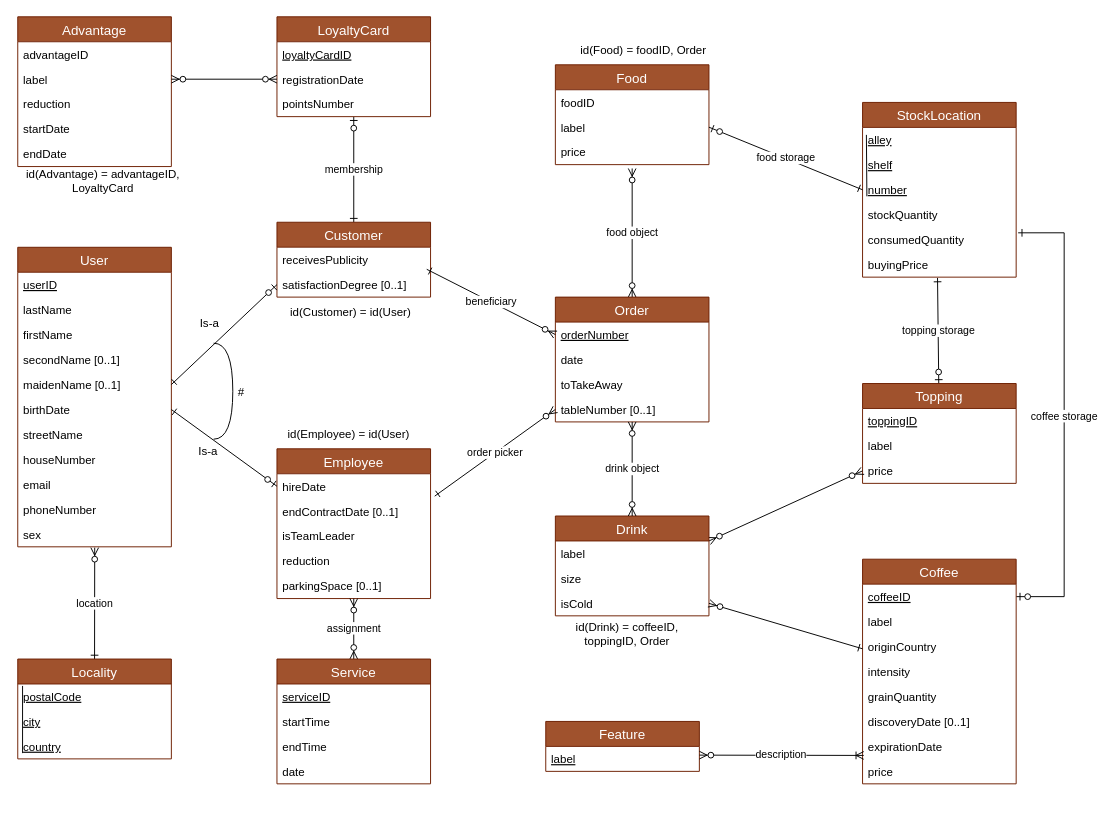
The draw.io diagram SchemaEA.drawio in DrakeXorn/CoffIG, before the edit. Source tidied: cells renumbered, new cells numbered last; positions are measured from the earlier drawing's top-left corner, leaving out a move shared by most shapes. Both pictures are drawn from the tidied source at 96%, with x=0, y=0 at pixel (16, 16).
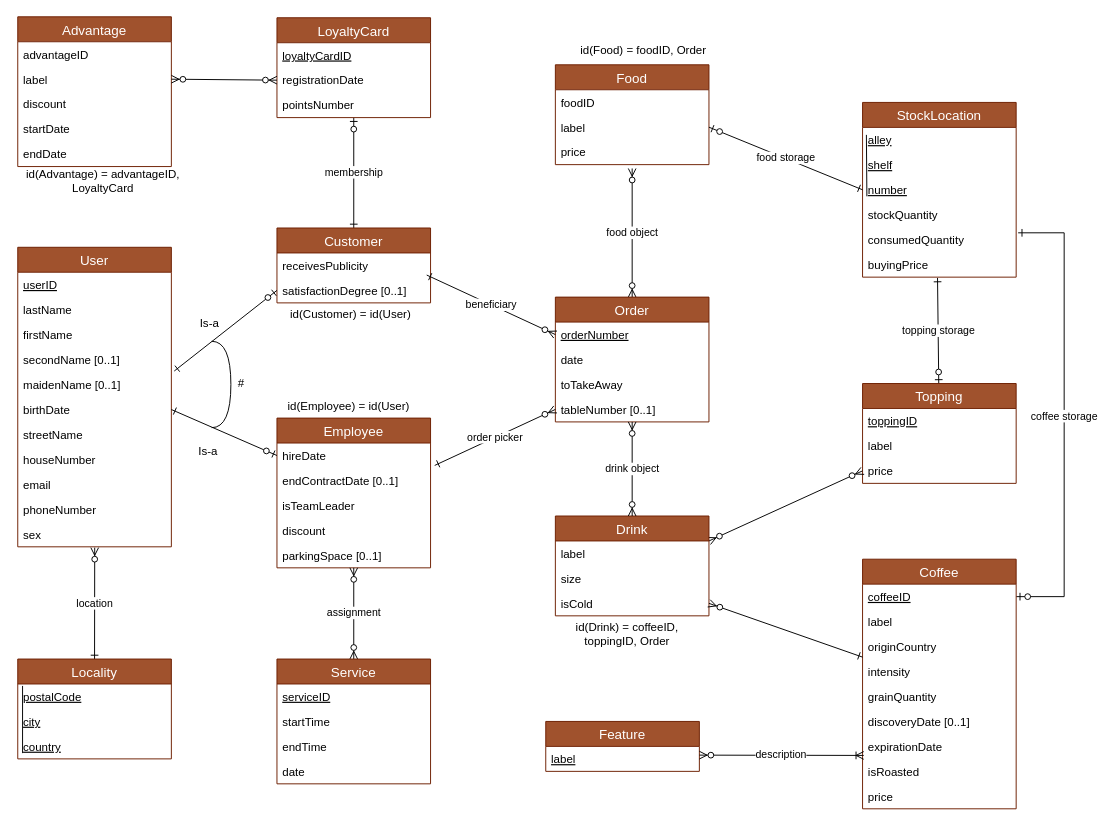
After the change.

Commit message (it also covers changes not shown here):
Schéma EA et Schéma ER à terminer

Unchanged cells that the change refers to:
```xml
<mxCell id="47" value="secondName [0..1]" style="text;strokeColor=none;fillColor=none;spacingLeft=4;spacingRight=4;overflow=hidden;points=[[0,0.5],[1,0.5]];portConstraint=eastwest;fontSize=12;" parent="43" vertex="1">
  <mxGeometry y="104" width="160" height="26" as="geometry" />
</mxCell>
<mxCell id="48" value="maidenName [0..1]" style="text;strokeColor=none;fillColor=none;spacingLeft=4;spacingRight=4;overflow=hidden;points=[[0,0.5],[1,0.5]];portConstraint=eastwest;fontSize=12;" parent="43" vertex="1">
  <mxGeometry y="130" width="160" height="26" as="geometry" />
</mxCell>
<mxCell id="64" value="satisfactionDegree [0..1]" style="text;strokeColor=none;fillColor=none;spacingLeft=4;spacingRight=4;overflow=hidden;points=[[0,0.5],[1,0.5]];portConstraint=eastwest;fontSize=12;" parent="62" vertex="1">
  <mxGeometry y="52" width="160" height="26" as="geometry" />
</mxCell>
<mxCell id="81" value="Advantage" style="swimlane;fontStyle=0;horizontal=1;startSize=26;fillColor=#a0522d;swimlaneFillColor=#ffffff;align=center;fontSize=14;strokeColor=#6D1F00;fontColor=#ffffff;" parent="1" vertex="1">
  <mxGeometry x="1" width="160" height="156" as="geometry" />
</mxCell>
```

The edit, as a diff of the source:
```diff
@@
     <mxCell id="23" value="Coffee" style="swimlane;fontStyle=0;horizontal=1;startSize=26;fillColor=#a0522d;swimlaneFillColor=#ffffff;align=center;fontSize=14;strokeColor=#6D1F00;fontColor=#ffffff;" parent="1" vertex="1">
-      <mxGeometry x="881" y="565" width="160" height="234" as="geometry" />
+      <mxGeometry x="881" y="565" width="160" height="260" as="geometry" />
     </mxCell>
@@
+    <mxCell id="104" value="isRoasted" style="text;strokeColor=none;fillColor=none;spacingLeft=4;spacingRight=4;overflow=hidden;fontSize=12;" parent="23" vertex="1">
+      <mxGeometry y="208" width="160" height="26" as="geometry" />
+    </mxCell>
     <mxCell id="31" value="price" style="text;strokeColor=none;fillColor=none;spacingLeft=4;spacingRight=4;overflow=hidden;fontSize=12;" parent="23" vertex="1">
-      <mxGeometry y="208" width="160" height="26" as="geometry" />
+      <mxGeometry y="234" width="160" height="26" as="geometry" />
     </mxCell>
@@
     <mxCell id="62" value="Customer" style="swimlane;fontStyle=0;horizontal=1;startSize=26;fillColor=#a0522d;swimlaneFillColor=#ffffff;align=center;fontSize=14;strokeColor=#6D1F00;fontColor=#ffffff;" parent="1" vertex="1">
-      <mxGeometry x="271" y="214" width="160" height="78" as="geometry" />
+      <mxGeometry x="271" y="220" width="160" height="78" as="geometry" />
     </mxCell>
@@
     <mxCell id="65" value="Employee" style="swimlane;fontStyle=0;horizontal=1;startSize=26;fillColor=#a0522d;swimlaneFillColor=#ffffff;align=center;fontSize=14;strokeColor=#6D1F00;fontColor=#ffffff;" parent="1" vertex="1">
-      <mxGeometry x="271" y="450" width="160" height="156" as="geometry" />
+      <mxGeometry x="271" y="418" width="160" height="156" as="geometry" />
     </mxCell>
@@
-    <mxCell id="69" value="reduction" style="text;strokeColor=none;fillColor=none;spacingLeft=4;spacingRight=4;overflow=hidden;fontSize=12;" parent="65" vertex="1">
-      <mxGeometry y="104" width="160" height="26" as="geometry" />
-    </mxCell>
+    <mxCell id="105" value="discount" style="text;strokeColor=none;fillColor=none;spacingLeft=4;spacingRight=4;overflow=hidden;fontSize=12;" parent="65" vertex="1">
+      <mxGeometry y="104" width="160" height="26" as="geometry" />
+    </mxCell>
@@
     <mxCell id="77" value="LoyaltyCard" style="swimlane;fontStyle=0;horizontal=1;startSize=26;fillColor=#a0522d;swimlaneFillColor=#ffffff;align=center;fontSize=14;strokeColor=#6D1F00;fontColor=#ffffff;" parent="1" vertex="1">
-      <mxGeometry x="271" width="160" height="104" as="geometry" />
+      <mxGeometry x="271" y="1" width="160" height="104" as="geometry" />
     </mxCell>
@@
-    <mxCell id="84" value="reduction" style="text;strokeColor=none;fillColor=none;spacingLeft=4;spacingRight=4;overflow=hidden;fontSize=12;" parent="81" vertex="1">
+    <mxCell id="84" value="discount" style="text;strokeColor=none;fillColor=none;spacingLeft=4;spacingRight=4;overflow=hidden;fontSize=12;" parent="81" vertex="1">
       <mxGeometry y="78" width="160" height="26" as="geometry" />
     </mxCell>
@@
-    <mxCell id="95" style="edgeStyle=none;rounded=0;jettySize=auto;html=1;exitX=0;exitY=0.5;exitDx=0;exitDy=0;entryX=1;entryY=0.5;entryDx=0;entryDy=0;startArrow=ERzeroToOne;startFill=1;endArrow=ERone;endFill=0;" parent="1" edge="1" source="64" target="48">
+    <mxCell id="95" style="edgeStyle=none;rounded=0;jettySize=auto;html=1;exitX=0;exitY=0.5;exitDx=0;exitDy=0;entryX=1.019;entryY=0.957;entryDx=0;entryDy=0;startArrow=ERzeroToOne;startFill=1;endArrow=ERone;endFill=0;entryPerimeter=0;" parent="1" edge="1" source="64" target="47">
       <mxGeometry relative="1" as="geometry" />
     </mxCell>
@@
     <mxCell id="97" style="shape=requiredInterface;html=1;verticalLabelPosition=bottom;" parent="1" vertex="1">
-      <mxGeometry x="205" y="340" width="20" height="100" as="geometry" />
+      <mxGeometry x="203" y="338" width="20" height="90" as="geometry" />
     </mxCell>
     <mxCell id="98" value="#" style="text;html=1;strokeColor=none;fillColor=none;align=center;verticalAlign=middle;whiteSpace=wrap;rounded=0;" parent="1" vertex="1">
-      <mxGeometry x="224" y="382" width="20" height="20" as="geometry" />
+      <mxGeometry x="224" y="372" width="20" height="20" as="geometry" />
     </mxCell>
     <mxCell id="99" value="id(Customer) = id(User)" style="text;html=1;strokeColor=none;fillColor=none;align=center;verticalAlign=middle;whiteSpace=wrap;rounded=0;" parent="1" vertex="1">
-      <mxGeometry x="283" y="298" width="130" height="20" as="geometry" />
+      <mxGeometry x="283" y="300" width="130" height="20" as="geometry" />
     </mxCell>
     <mxCell id="100" value="id(Employee) = id(User)" style="text;html=1;strokeColor=none;fillColor=none;align=center;verticalAlign=middle;whiteSpace=wrap;rounded=0;" parent="1" vertex="1">
-      <mxGeometry x="271" y="425" width="150" height="20" as="geometry" />
+      <mxGeometry x="271" y="396" width="150" height="20" as="geometry" />
     </mxCell>
```
